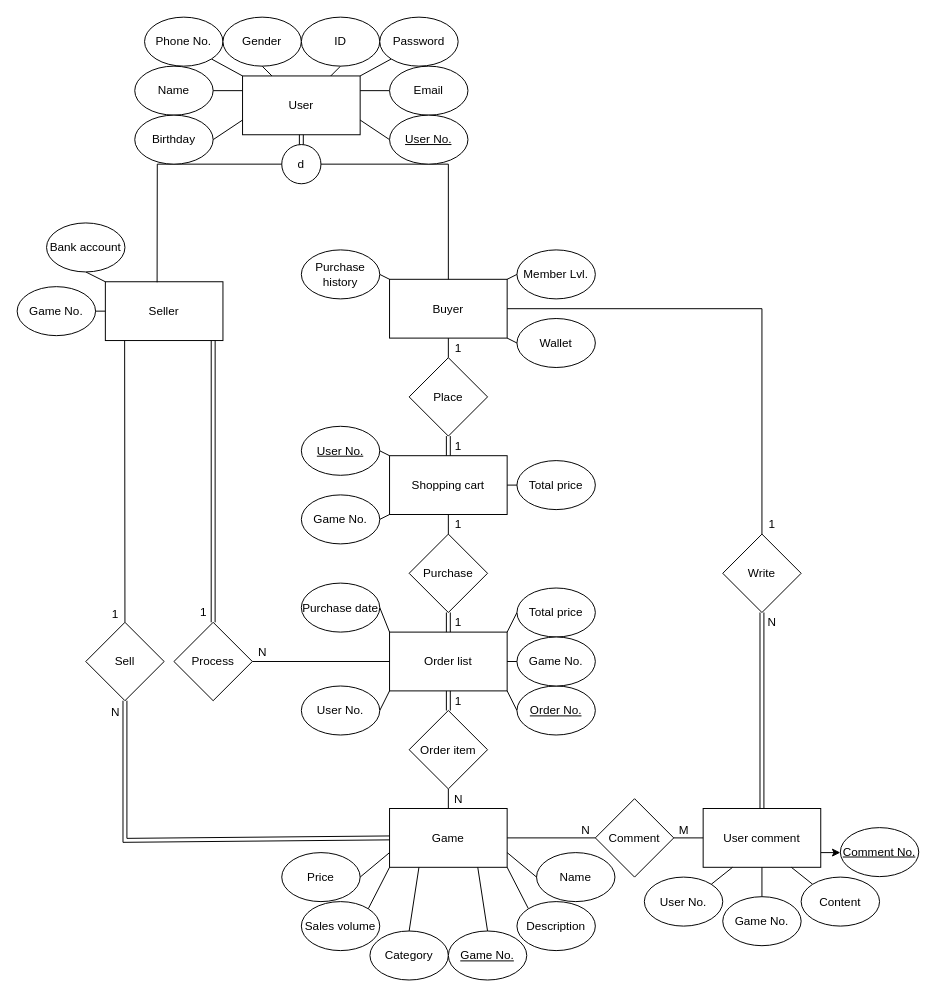
Before: page "ER Diagram" (2 of 3) of DBMS.drawio in 13urgerKing/109-1DBMS, a draw.io diagram. Source tidied: cells renumbered, new cells numbered last; positions are measured from the earlier drawing's top-left corner, leaving out a move shared by most shapes. Both pictures are drawn from the tidied source at 98%, with x=0, y=0 at pixel (17, 17).
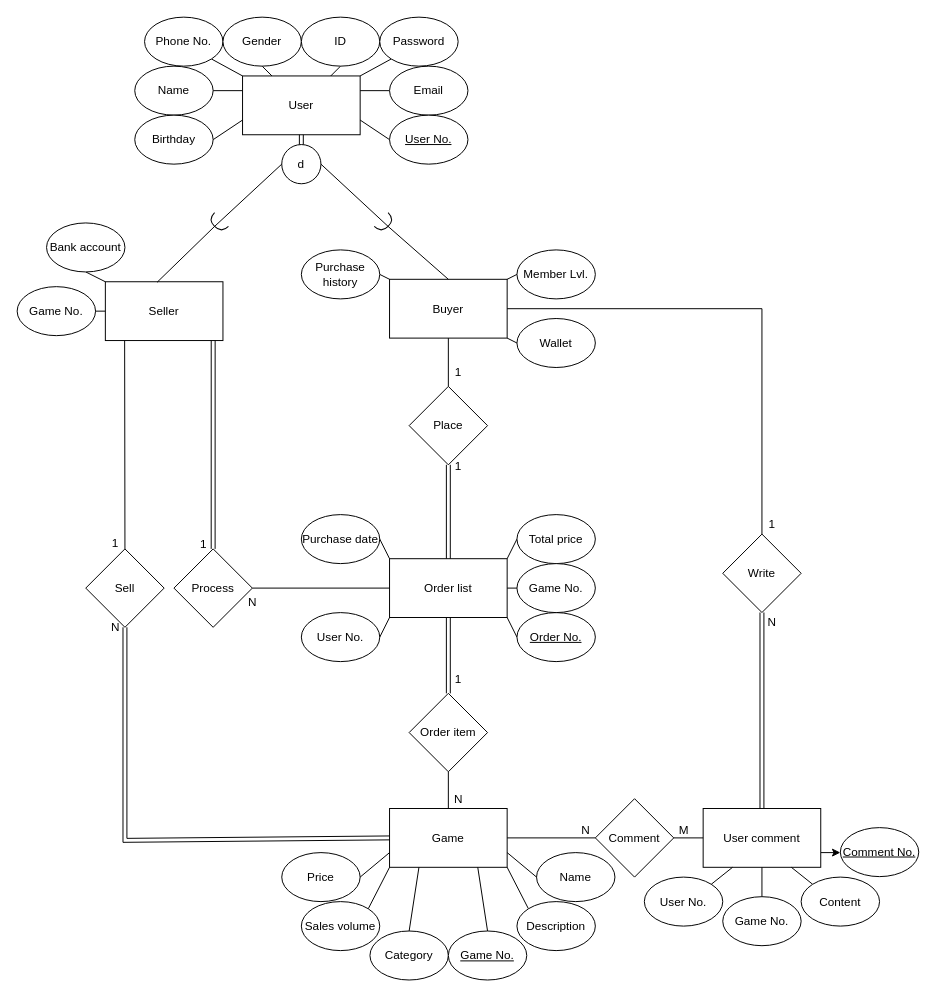
Above is the later version.

Commit message (it also covers changes not shown here):
Remove entity of `Shopping Cart`.

The change refers to these unchanged cells:
```xml
<mxCell id="3" value="d" style="ellipse;whiteSpace=wrap;html=1;" parent="1" vertex="1">
  <mxGeometry x="270" y="130" width="40" height="40" as="geometry" />
</mxCell>
<mxCell id="5" value="Seller" style="rounded=0;whiteSpace=wrap;html=1;" parent="1" vertex="1">
  <mxGeometry x="90" y="270" width="120" height="60" as="geometry" />
</mxCell>
<mxCell id="7" value="Buyer" style="rounded=0;whiteSpace=wrap;html=1;" parent="1" vertex="1">
  <mxGeometry x="380" y="267.5" width="120" height="60" as="geometry" />
</mxCell>
```

What changed in the source:
```diff
@@
-    <mxCell id="6" style="edgeStyle=none;rounded=0;jettySize=auto;html=1;exitX=0;exitY=0.5;exitDx=0;exitDy=0;entryX=0.44;entryY=0.009;entryDx=0;entryDy=0;entryPerimeter=0;startArrow=none;startFill=0;endArrow=none;endFill=0;" parent="1" edge="1" source="3" target="5">
-      <mxGeometry as="geometry">
-        <Array as="points">
-          <mxPoint x="143" y="150" />
-        </Array>
-      </mxGeometry>
+    <mxCell id="6" style="edgeStyle=none;rounded=0;jettySize=auto;html=1;exitX=1;exitY=0.5;exitDx=0;exitDy=0;entryX=0.44;entryY=0.009;entryDx=0;entryDy=0;entryPerimeter=0;startArrow=none;startFill=0;endArrow=none;endFill=0;exitPerimeter=0;" parent="1" edge="1" source="111" target="5">
+      <mxGeometry as="geometry" />
     </mxCell>
@@
-    <mxCell id="8" style="edgeStyle=none;rounded=0;jettySize=auto;html=1;exitX=1;exitY=0.5;exitDx=0;exitDy=0;entryX=0.5;entryY=0;entryDx=0;entryDy=0;startArrow=none;startFill=0;endArrow=none;endFill=0;" parent="1" edge="1" source="3" target="7">
-      <mxGeometry as="geometry">
-        <Array as="points">
-          <mxPoint x="440" y="150" />
-        </Array>
-      </mxGeometry>
+    <mxCell id="8" style="edgeStyle=none;rounded=0;jettySize=auto;html=1;exitX=1;exitY=0.5;exitDx=0;exitDy=0;entryX=0.5;entryY=0;entryDx=0;entryDy=0;startArrow=none;startFill=0;endArrow=none;endFill=0;" parent="1" edge="1" source="113" target="7">
+      <mxGeometry as="geometry" />
     </mxCell>
@@
     <mxCell id="27" value="Order list" style="rounded=0;whiteSpace=wrap;html=1;" parent="1" vertex="1">
-      <mxGeometry x="380" y="627.5" width="120" height="60" as="geometry" />
+      <mxGeometry x="380" y="552.6" width="120" height="60" as="geometry" />
     </mxCell>
-    <mxCell id="28" value="Shopping cart" style="rounded=0;whiteSpace=wrap;html=1;" parent="1" vertex="1">
-      <mxGeometry x="380" y="447.5" width="120" height="60" as="geometry" />
-    </mxCell>
-    <mxCell id="29" style="edgeStyle=none;rounded=0;jettySize=auto;html=1;exitX=0.5;exitY=1;exitDx=0;exitDy=0;entryX=0.5;entryY=0;entryDx=0;entryDy=0;startArrow=none;startFill=0;endArrow=none;endFill=0;shape=link;" parent="1" edge="1" source="30" target="28">
-      <mxGeometry x="50" as="geometry" />
-    </mxCell>
-    <mxCell id="30" value="Place" style="rhombus;whiteSpace=wrap;html=1;" parent="1" vertex="1">
-      <mxGeometry x="400" y="347.5" width="80" height="80" as="geometry" />
-    </mxCell>
-    <mxCell id="31" style="edgeStyle=none;rounded=0;jettySize=auto;html=1;exitX=0.5;exitY=1;exitDx=0;exitDy=0;entryX=0.5;entryY=0;entryDx=0;entryDy=0;startArrow=none;startFill=0;endArrow=none;endFill=0;" parent="1" edge="1" source="7" target="30">
+    <mxCell id="31" style="edgeStyle=none;rounded=0;jettySize=auto;html=1;exitX=0.5;exitY=1;exitDx=0;exitDy=0;startArrow=none;startFill=0;endArrow=none;endFill=0;entryX=0.5;entryY=0;entryDx=0;entryDy=0;" parent="1" edge="1" source="7" target="33">
       <mxGeometry x="50" as="geometry" />
     </mxCell>
     <mxCell id="32" style="edgeStyle=none;rounded=0;jettySize=auto;html=1;exitX=0.5;exitY=1;exitDx=0;exitDy=0;entryX=0.5;entryY=0;entryDx=0;entryDy=0;startArrow=none;startFill=0;endArrow=none;endFill=0;shape=link;" parent="1" edge="1" source="33" target="27">
-      <mxGeometry x="50" as="geometry" />
+      <mxGeometry x="50" y="-50.8" as="geometry" />
     </mxCell>
-    <mxCell id="33" value="Purchase" style="rhombus;whiteSpace=wrap;html=1;" parent="1" vertex="1">
-      <mxGeometry x="400" y="527.5" width="80" height="80" as="geometry" />
+    <mxCell id="33" value="Place" style="rhombus;whiteSpace=wrap;html=1;" parent="1" vertex="1">
+      <mxGeometry x="400" y="376.8" width="80" height="80" as="geometry" />
     </mxCell>
-    <mxCell id="34" style="edgeStyle=none;rounded=0;jettySize=auto;html=1;exitX=0.5;exitY=1;exitDx=0;exitDy=0;entryX=0.5;entryY=0;entryDx=0;entryDy=0;startArrow=none;startFill=0;endArrow=none;endFill=0;" parent="1" edge="1" source="28" target="33">
-      <mxGeometry x="50" as="geometry" />
-    </mxCell>
@@
     <mxCell id="37" value="Order item" style="rhombus;whiteSpace=wrap;html=1;" parent="1" vertex="1">
-      <mxGeometry x="400" y="707.5" width="80" height="80" as="geometry" />
+      <mxGeometry x="400" y="690" width="80" height="80" as="geometry" />
     </mxCell>
-    <mxCell id="38" style="edgeStyle=none;rounded=0;jettySize=auto;html=1;exitX=0.5;exitY=1;exitDx=0;exitDy=0;entryX=0.5;entryY=0;entryDx=0;entryDy=0;startArrow=none;startFill=0;endArrow=none;endFill=0;shape=link;" parent="1" edge="1" source="27" target="37">
-      <mxGeometry x="50" as="geometry" />
-    </mxCell>
-    <mxCell id="39" style="edgeStyle=none;rounded=0;jettySize=auto;html=1;exitX=0;exitY=0.5;exitDx=0;exitDy=0;entryX=1;entryY=0.5;entryDx=0;entryDy=0;startArrow=none;startFill=0;endArrow=none;endFill=0;" parent="1" edge="1" source="40" target="28">
-      <mxGeometry x="50" as="geometry" />
-    </mxCell>
-    <mxCell id="40" value="Total price" style="ellipse;whiteSpace=wrap;html=1;" parent="1" vertex="1">
-      <mxGeometry x="510" y="452.5" width="80" height="50" as="geometry" />
-    </mxCell>
     <mxCell id="41" style="edgeStyle=none;rounded=0;jettySize=auto;html=1;exitX=0;exitY=0.5;exitDx=0;exitDy=0;entryX=1;entryY=1;entryDx=0;entryDy=0;startArrow=none;startFill=0;endArrow=none;endFill=0;" parent="1" edge="1" source="42" target="27">
-      <mxGeometry x="50" as="geometry" />
+      <mxGeometry x="50" y="-74.9" as="geometry" />
     </mxCell>
     <mxCell id="42" value="Order No." style="ellipse;whiteSpace=wrap;html=1;fontStyle=4;" parent="1" vertex="1">
-      <mxGeometry x="510" y="682.5" width="80" height="50" as="geometry" />
+      <mxGeometry x="510" y="607.6" width="80" height="50" as="geometry" />
     </mxCell>
     <mxCell id="43" style="edgeStyle=none;rounded=0;jettySize=auto;html=1;exitX=0;exitY=0.5;exitDx=0;exitDy=0;entryX=1;entryY=0;entryDx=0;entryDy=0;startArrow=none;startFill=0;endArrow=none;endFill=0;" parent="1" edge="1" source="44" target="27">
-      <mxGeometry x="50" as="geometry" />
+      <mxGeometry x="50" y="-74.9" as="geometry" />
     </mxCell>
     <mxCell id="44" value="Total price" style="ellipse;whiteSpace=wrap;html=1;" parent="1" vertex="1">
-      <mxGeometry x="510" y="582.5" width="80" height="50" as="geometry" />
+      <mxGeometry x="510" y="507.6" width="80" height="50" as="geometry" />
     </mxCell>
     <mxCell id="45" style="edgeStyle=none;rounded=0;jettySize=auto;html=1;exitX=1;exitY=0.5;exitDx=0;exitDy=0;entryX=0;entryY=1;entryDx=0;entryDy=0;startArrow=none;startFill=0;endArrow=none;endFill=0;" parent="1" edge="1" source="46" target="27">
-      <mxGeometry x="50" as="geometry" />
+      <mxGeometry x="50" y="-74.9" as="geometry" />
     </mxCell>
     <mxCell id="46" value="User No." style="ellipse;whiteSpace=wrap;html=1;" parent="1" vertex="1">
-      <mxGeometry x="290" y="682.5" width="80" height="50" as="geometry" />
+      <mxGeometry x="290" y="607.6" width="80" height="50" as="geometry" />
     </mxCell>
     <mxCell id="47" style="edgeStyle=none;rounded=0;jettySize=auto;html=1;exitX=1;exitY=0.5;exitDx=0;exitDy=0;entryX=0;entryY=0;entryDx=0;entryDy=0;startArrow=none;startFill=0;endArrow=none;endFill=0;" parent="1" edge="1" source="48" target="27">
-      <mxGeometry x="50" as="geometry" />
+      <mxGeometry x="50" y="-74.9" as="geometry" />
     </mxCell>
     <mxCell id="48" value="Purchase date" style="ellipse;whiteSpace=wrap;html=1;" parent="1" vertex="1">
-      <mxGeometry x="290" y="577.5" width="80" height="50" as="geometry" />
+      <mxGeometry x="290" y="507.6" width="80" height="50" as="geometry" />
     </mxCell>
@@
     <mxCell id="63" value="Sell" style="rhombus;whiteSpace=wrap;html=1;" parent="1" vertex="1">
-      <mxGeometry x="70" y="617.5" width="80" height="80" as="geometry" />
+      <mxGeometry x="70" y="542.6" width="80" height="80" as="geometry" />
     </mxCell>
@@
     <mxCell id="67" value="Game No." style="ellipse;whiteSpace=wrap;html=1;fontStyle=0;" parent="1" vertex="1">
-      <mxGeometry x="510" y="632.5" width="80" height="50" as="geometry" />
+      <mxGeometry x="510" y="557.6" width="80" height="50" as="geometry" />
     </mxCell>
@@
     <mxCell id="70" value="Process" style="rhombus;whiteSpace=wrap;html=1;" parent="1" vertex="1">
-      <mxGeometry x="160" y="617.5" width="80" height="80" as="geometry" />
+      <mxGeometry x="160" y="542.6" width="80" height="80" as="geometry" />
     </mxCell>
-    <mxCell id="71" style="edgeStyle=none;rounded=0;jettySize=auto;html=1;exitX=1;exitY=0.5;exitDx=0;exitDy=0;entryX=0;entryY=0;entryDx=0;entryDy=0;startArrow=none;startFill=0;endArrow=none;endFill=0;" parent="1" edge="1" source="72" target="28">
-      <mxGeometry x="50" as="geometry" />
-    </mxCell>
-    <mxCell id="72" value="User No." style="ellipse;whiteSpace=wrap;html=1;fontStyle=4;" parent="1" vertex="1">
-      <mxGeometry x="290" y="417.5" width="80" height="50" as="geometry" />
-    </mxCell>
-    <mxCell id="73" style="edgeStyle=none;rounded=0;jettySize=auto;html=1;exitX=1;exitY=0.5;exitDx=0;exitDy=0;entryX=0;entryY=1;entryDx=0;entryDy=0;startArrow=none;startFill=0;endArrow=none;endFill=0;" parent="1" edge="1" source="74" target="28">
-      <mxGeometry x="50" as="geometry" />
-    </mxCell>
-    <mxCell id="74" value="Game No." style="ellipse;whiteSpace=wrap;html=1;fontStyle=0;" parent="1" vertex="1">
-      <mxGeometry x="290" y="487.5" width="80" height="50" as="geometry" />
-    </mxCell>
     <mxCell id="75" value="1" style="text;html=1;align=center;verticalAlign=middle;" parent="1" vertex="1">
-      <mxGeometry x="90" y="600" width="20" height="20" as="geometry" />
+      <mxGeometry x="90" y="526.8" width="20" height="20" as="geometry" />
     </mxCell>
     <mxCell id="76" value="N" style="text;html=1;align=center;verticalAlign=middle;" parent="1" vertex="1">
-      <mxGeometry x="90" y="700" width="20" height="20" as="geometry" />
+      <mxGeometry x="90" y="612.6" width="20" height="20" as="geometry" />
     </mxCell>
     <mxCell id="77" value="1" style="text;html=1;align=center;verticalAlign=middle;" parent="1" vertex="1">
-      <mxGeometry x="180" y="597.5" width="20" height="20" as="geometry" />
+      <mxGeometry x="180" y="527.5" width="20" height="20" as="geometry" />
     </mxCell>
     <mxCell id="78" value="N" style="text;html=1;align=center;verticalAlign=middle;" parent="1" vertex="1">
-      <mxGeometry x="240" y="637.5" width="20" height="20" as="geometry" />
+      <mxGeometry x="230" y="586.8" width="20" height="20" as="geometry" />
     </mxCell>
     <mxCell id="79" value="1" style="text;html=1;align=center;verticalAlign=middle;" parent="1" vertex="1">
-      <mxGeometry x="440" y="687.5" width="20" height="20" as="geometry" />
+      <mxGeometry x="440" y="665.9" width="20" height="20" as="geometry" />
     </mxCell>
@@
-    <mxCell id="81" value="1" style="text;html=1;align=center;verticalAlign=middle;" parent="1" vertex="1">
-      <mxGeometry x="440" y="507.5" width="20" height="20" as="geometry" />
-    </mxCell>
     <mxCell id="82" value="1" style="text;html=1;align=center;verticalAlign=middle;" parent="1" vertex="1">
-      <mxGeometry x="440" y="607.5" width="20" height="20" as="geometry" />
+      <mxGeometry x="440" y="449.2" width="20" height="20" as="geometry" />
     </mxCell>
     <mxCell id="83" value="1" style="text;html=1;align=center;verticalAlign=middle;" parent="1" vertex="1">
-      <mxGeometry x="440" y="327.5" width="20" height="20" as="geometry" />
+      <mxGeometry x="440" y="353.2" width="20" height="20" as="geometry" />
     </mxCell>
-    <mxCell id="84" value="1" style="text;html=1;align=center;verticalAlign=middle;" parent="1" vertex="1">
-      <mxGeometry x="440" y="427.5" width="20" height="20" as="geometry" />
-    </mxCell>
@@
+    <mxCell id="111" style="shape=requiredInterface;html=1;verticalLabelPosition=bottom;rotation=-225;" parent="1" vertex="1">
+      <mxGeometry x="200" y="200" width="10" height="20" as="geometry" />
+    </mxCell>
+    <mxCell id="112" style="edgeStyle=none;rounded=0;jettySize=auto;html=1;exitX=0;exitY=0.5;exitDx=0;exitDy=0;entryX=1;entryY=0.5;entryDx=0;entryDy=0;entryPerimeter=0;startArrow=none;startFill=0;endArrow=none;endFill=0;" parent="1" edge="1" source="3" target="111">
+      <mxGeometry as="geometry" />
+    </mxCell>
+    <mxCell id="113" style="shape=requiredInterface;html=1;verticalLabelPosition=bottom;rotation=45;" parent="1" vertex="1">
+      <mxGeometry x="370" y="200" width="10" height="20" as="geometry" />
+    </mxCell>
+    <mxCell id="114" style="edgeStyle=none;rounded=0;jettySize=auto;html=1;exitX=1;exitY=0.5;exitDx=0;exitDy=0;entryX=1;entryY=0.5;entryDx=0;entryDy=0;startArrow=none;startFill=0;endArrow=none;endFill=0;entryPerimeter=0;" parent="1" edge="1" source="3" target="113">
+      <mxGeometry as="geometry" />
+    </mxCell>
+    <mxCell id="38" style="edgeStyle=none;rounded=0;jettySize=auto;html=1;exitX=0.5;exitY=1;exitDx=0;exitDy=0;entryX=0.5;entryY=0;entryDx=0;entryDy=0;startArrow=none;startFill=0;endArrow=none;endFill=0;shape=link;" parent="1" edge="1" source="27" target="37">
+      <mxGeometry x="80" y="115.1" as="geometry" />
+    </mxCell>
```
